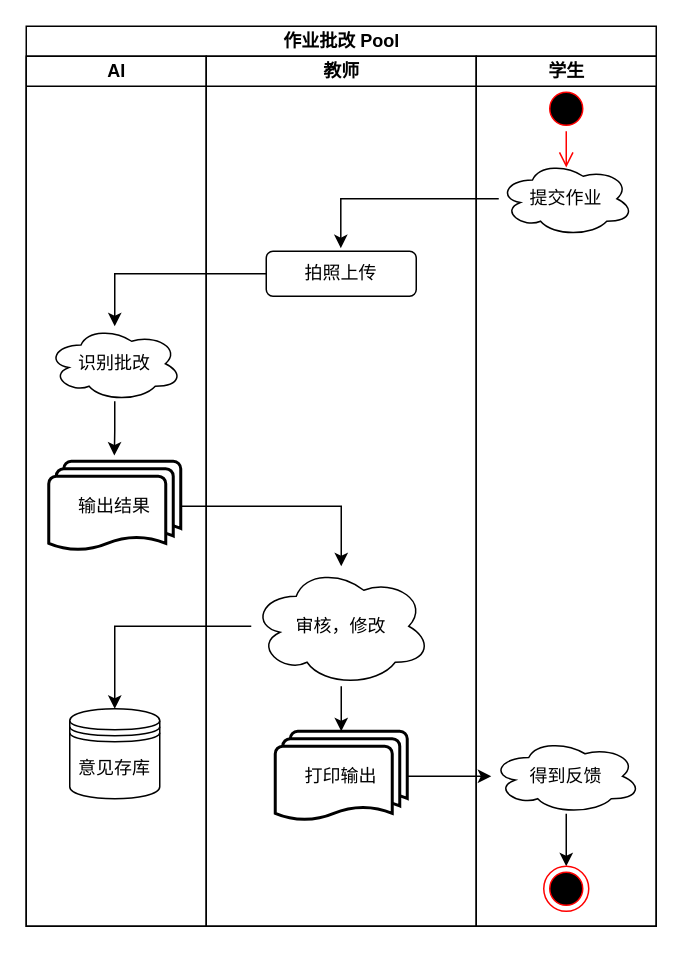
Before: page "Page-2" (2 of 2) of Diagram/Swimlane Diagram.drawio in RickYangzz/AI_Education, a draw.io diagram. Source tidied: cells renumbered, new cells numbered last; positions are measured from the earlier drawing's top-left corner, leaving out a move shared by most shapes. Both pictures are drawn from the tidied source at 150%, with x=0, y=0 at pixel (26, 26).
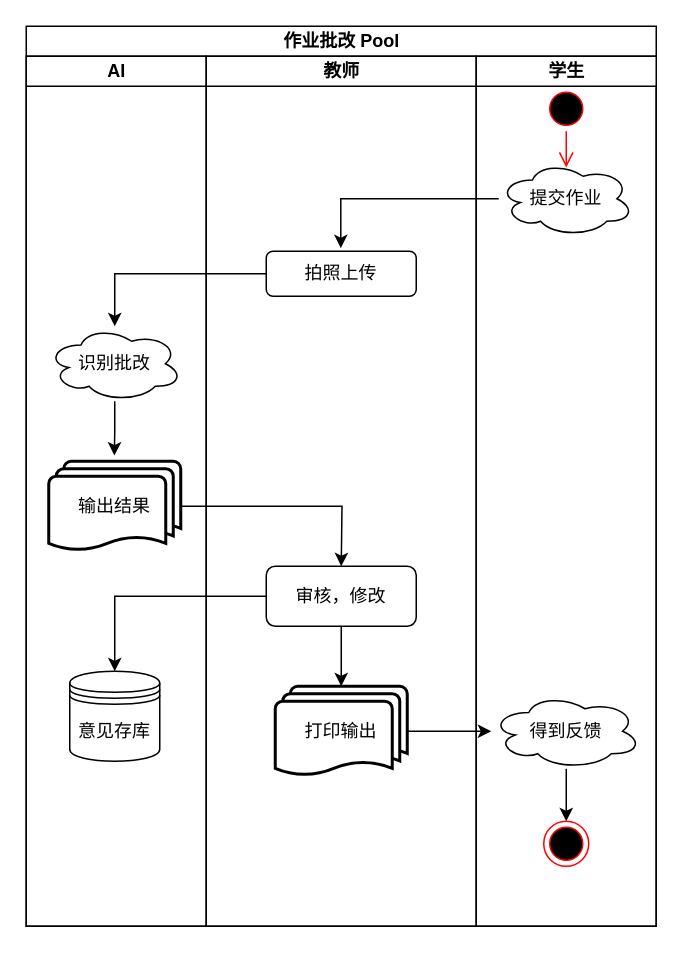
The same page after the edit.

The change refers to these unchanged cells:
```xml
<mxCell id="2" value="作业批改 Pool" style="swimlane;startSize=20;html=1;" parent="1" vertex="1">
  <mxGeometry width="420" height="600" as="geometry" />
</mxCell>
<mxCell id="3" value="AI" style="swimlane;startSize=20;html=1;" parent="2" vertex="1">
  <mxGeometry y="20" width="120" height="580" as="geometry" />
</mxCell>
<mxCell id="5" value="输出结果" style="strokeWidth=2;html=1;shape=mxgraph.flowchart.multi-document;whiteSpace=wrap;" parent="3" vertex="1">
  <mxGeometry x="15" y="270" width="88" height="60" as="geometry" />
</mxCell>
<mxCell id="8" value="教师" style="swimlane;startSize=20;html=1;" parent="2" vertex="1">
  <mxGeometry x="120" y="20" width="180" height="580" as="geometry" />
</mxCell>
<mxCell id="13" value="学生" style="swimlane;startSize=20;html=1;" parent="2" vertex="1">
  <mxGeometry x="300" y="20" width="120" height="580" as="geometry" />
</mxCell>
```

Change to the diagram source:
```diff
@@
     <mxCell id="7" value="意见存库" style="shape=datastore;whiteSpace=wrap;html=1;" parent="3" vertex="1">
-      <mxGeometry x="29" y="435" width="60" height="60" as="geometry" />
+      <mxGeometry x="29" y="410" width="60" height="60" as="geometry" />
     </mxCell>
@@
+    <mxCell id="12" value="打印输出" style="strokeWidth=2;html=1;shape=mxgraph.flowchart.multi-document;whiteSpace=wrap;" parent="8" vertex="1">
+      <mxGeometry x="46" y="420" width="88" height="60" as="geometry" />
+    </mxCell>
@@
-    <mxCell id="11" value="审核，修改" style="ellipse;shape=cloud;whiteSpace=wrap;html=1;" parent="8" vertex="1">
-      <mxGeometry x="30" y="340" width="120" height="80" as="geometry" />
+    <mxCell id="11" value="审核，修改" style="rounded=1;whiteSpace=wrap;html=1;" parent="8" vertex="1">
+      <mxGeometry x="40" y="340" width="100" height="40" as="geometry" />
     </mxCell>
-    <mxCell id="12" value="打印输出" style="strokeWidth=2;html=1;shape=mxgraph.flowchart.multi-document;whiteSpace=wrap;" parent="8" vertex="1">
-      <mxGeometry x="46" y="450" width="88" height="60" as="geometry" />
-    </mxCell>
@@
     <mxCell id="18" value="得到反馈" style="ellipse;shape=cloud;whiteSpace=wrap;html=1;" parent="13" vertex="1">
-      <mxGeometry x="10" y="455" width="100" height="50" as="geometry" />
+      <mxGeometry x="10" y="425" width="100" height="50" as="geometry" />
     </mxCell>
     <mxCell id="19" style="ellipse;html=1;shape=endState;fillColor=#000000;strokeColor=#ff0000;" parent="13" vertex="1">
-      <mxGeometry x="45" y="540" width="30" height="30" as="geometry" />
+      <mxGeometry x="45" y="510" width="30" height="30" as="geometry" />
     </mxCell>
@@
-    <mxCell id="22" style="edgeStyle=orthogonalEdgeStyle;rounded=0;jettySize=auto;html=1;" parent="2" edge="1" source="5" target="11">
-      <mxGeometry relative="1" as="geometry" />
+    <mxCell id="22" style="edgeStyle=orthogonalEdgeStyle;rounded=0;jettySize=auto;html=1;" parent="2" edge="1" source="5">
+      <mxGeometry relative="1" as="geometry">
+        <mxPoint x="210" y="360" as="targetPoint" />
+      </mxGeometry>
     </mxCell>
+    <mxCell id="24" style="edgeStyle=orthogonalEdgeStyle;rounded=0;jettySize=auto;html=1;" parent="2" edge="1" source="12" target="18">
+      <mxGeometry relative="1" as="geometry" />
+    </mxCell>
@@
-    <mxCell id="24" style="edgeStyle=orthogonalEdgeStyle;rounded=0;jettySize=auto;html=1;" parent="2" edge="1" source="12" target="18">
-      <mxGeometry relative="1" as="geometry" />
-    </mxCell>
```
